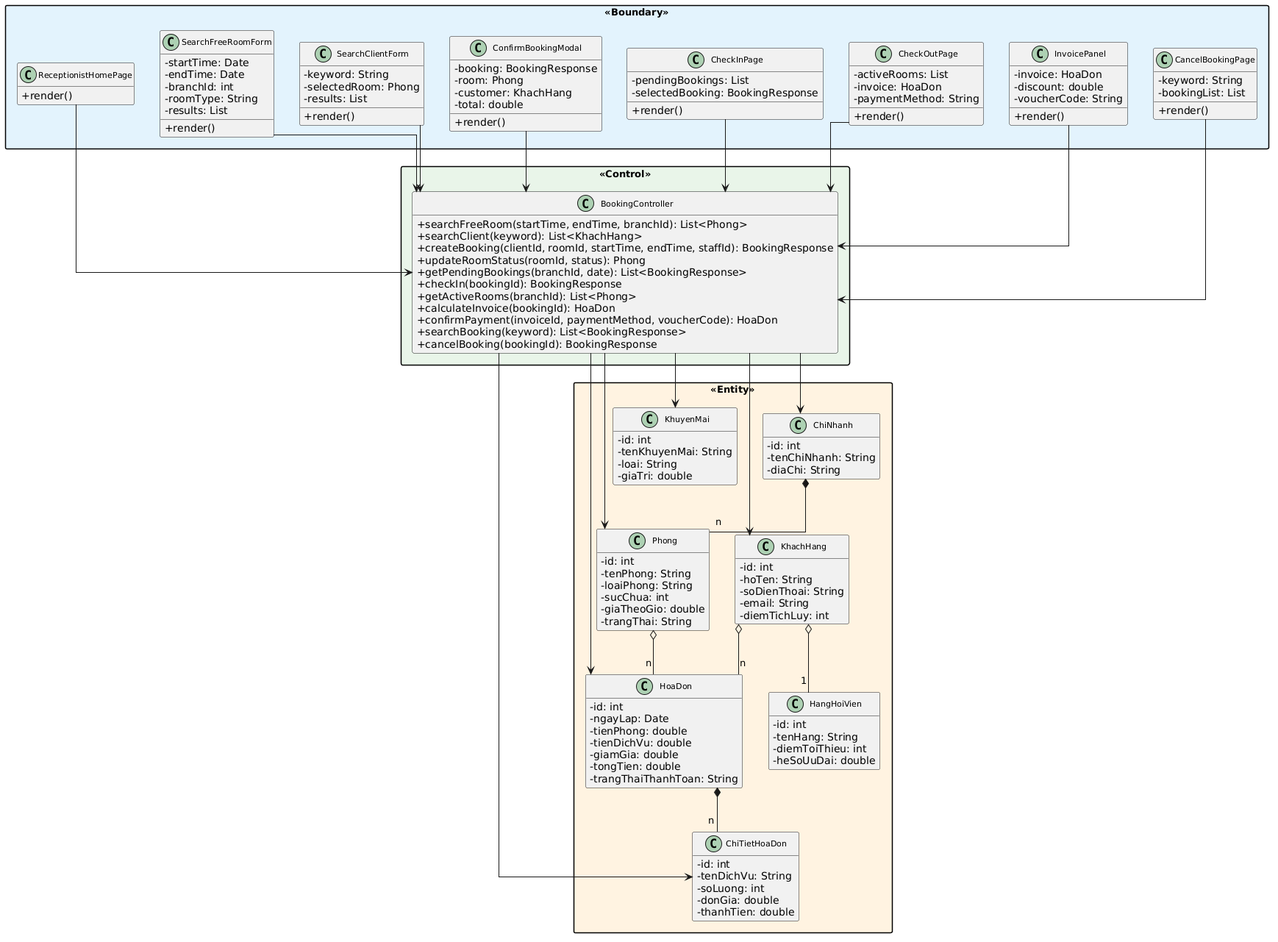
Above: output/diagrams/booking_mvc_class.png in thanhtrnnn/cnpm (PlantUML), before the change. Source of this version:
```plantuml
@startuml
skinparam linetype ortho
skinparam packageStyle rectangle
skinparam classAttributeIconSize 0
skinparam classFontSize 11
skinparam packageFontSize 13
hide empty members

package "<<Boundary>>" #E3F2FD {
  class ReceptionistHomePage {
    +render()
  }
  class SearchFreeRoomForm {
    -startTime: Date
    -endTime: Date
    -branchId: int
    -roomType: String
    -results: List
    +render()
  }
  class SearchClientForm {
    -keyword: String
    -selectedRoom: Phong
    -results: List
    +render()
  }
  class ConfirmBookingModal {
    -booking: BookingResponse
    -room: Phong
    -customer: KhachHang
    -total: double
    +render()
  }
  class CheckInPage {
    -pendingBookings: List
    -selectedBooking: BookingResponse
    +render()
  }
  class CheckOutPage {
    -activeRooms: List
    -invoice: HoaDon
    -paymentMethod: String
    +render()
  }
  class InvoicePanel {
    -invoice: HoaDon
    -discount: double
    -voucherCode: String
    +render()
  }
  class CancelBookingPage {
    -keyword: String
    -bookingList: List
    +render()
  }
}

package "<<Control>>" #E8F5E9 {
  class BookingController {
    +searchFreeRoom(startTime, endTime, branchId): List<Phong>
    +searchClient(keyword): List<KhachHang>
    +createBooking(clientId, roomId, startTime, endTime, staffId): BookingResponse
    +updateRoomStatus(roomId, status): Phong
    +getPendingBookings(branchId, date): List<BookingResponse>
    +checkIn(bookingId): BookingResponse
    +getActiveRooms(branchId): List<Phong>
    +calculateInvoice(bookingId): HoaDon
    +confirmPayment(invoiceId, paymentMethod, voucherCode): HoaDon
    +searchBooking(keyword): List<BookingResponse>
    +cancelBooking(bookingId): BookingResponse
  }
}

package "<<Entity>>" #FFF3E0 {
  class Phong {
    -id: int
    -tenPhong: String
    -loaiPhong: String
    -sucChua: int
    -giaTheoGio: double
    -trangThai: String
  }
  class KhachHang {
    -id: int
    -hoTen: String
    -soDienThoai: String
    -email: String
    -diemTichLuy: int
  }
  class HoaDon {
    -id: int
    -ngayLap: Date
    -tienPhong: double
    -tienDichVu: double
    -giamGia: double
    -tongTien: double
    -trangThaiThanhToan: String
  }
  class ChiTietHoaDon {
    -id: int
    -tenDichVu: String
    -soLuong: int
    -donGia: double
    -thanhTien: double
  }
  class KhuyenMai {
    -id: int
    -tenKhuyenMai: String
    -loai: String
    -giaTri: double
  }
  class ChiNhanh {
    -id: int
    -tenChiNhanh: String
    -diaChi: String
  }
  class HangHoiVien {
    -id: int
    -tenHang: String
    -diemToiThieu: int
    -heSoUuDai: double
  }
}

ReceptionistHomePage --> BookingController
SearchFreeRoomForm --> BookingController
SearchClientForm --> BookingController
ConfirmBookingModal --> BookingController
CheckInPage --> BookingController
CheckOutPage --> BookingController
InvoicePanel --> BookingController
CancelBookingPage --> BookingController

BookingController --> Phong
BookingController --> KhachHang
BookingController --> HoaDon
BookingController --> ChiTietHoaDon
BookingController --> KhuyenMai
BookingController --> ChiNhanh

ChiNhanh *-- "n" Phong
KhachHang o-- "1" HangHoiVien
HoaDon *-- "n" ChiTietHoaDon
KhachHang o-- "n" HoaDon
Phong o-- "n" HoaDon
@enduml
```
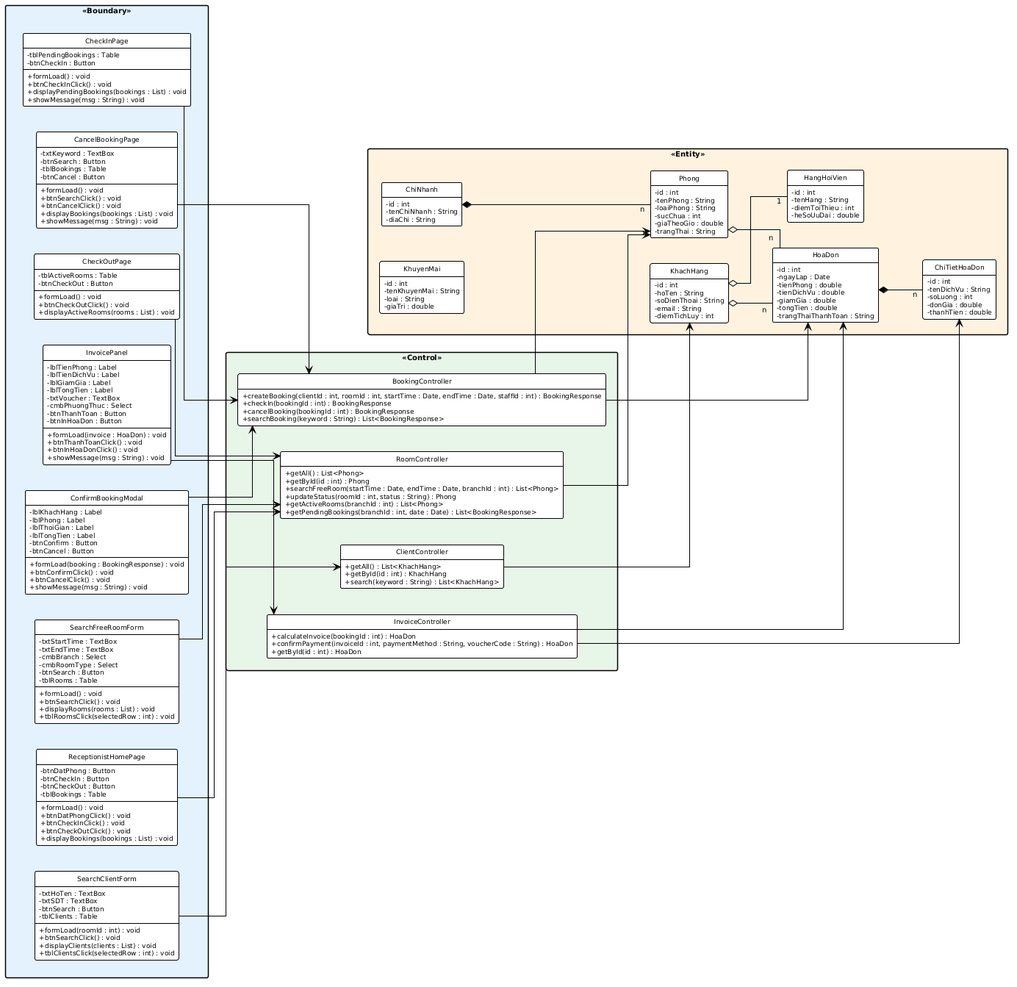
After the change.

The edit, as a diff of the source:
```diff
@@ -1,142 +1,217 @@
 @startuml
+left to right direction
 skinparam linetype ortho
+skinparam defaultFontName "Arial"
+skinparam defaultFontSize 10
+skinparam shadowing false
+skinparam arrowColor #000000
+skinparam lineColor #000000
+hide circle
+
+skinparam class {
+  BackgroundColor #FFFFFF
+  BorderColor #000000
+  FontColor #000000
+  FontSize 11
+  AttributeFontSize 9
+  AttributeIconSize 0
+  BorderThickness 1
+}
+
+skinparam package {
+  BackgroundColor #FFFFFF
+  BorderColor #000000
+}
+
 skinparam packageStyle rectangle
-skinparam classAttributeIconSize 0
-skinparam classFontSize 11
-skinparam packageFontSize 13
+skinparam packageMaxWidth 800
 hide empty members
 
 package "<<Boundary>>" #E3F2FD {
-  class ReceptionistHomePage {
-    +render()
+  together {
+    class ReceptionistHomePage {
+      -btnDatPhong : Button
+      -btnCheckIn : Button
+      -btnCheckOut : Button
+      -tblBookings : Table
+      +formLoad() : void
+      +btnDatPhongClick() : void
+      +btnCheckInClick() : void
+      +btnCheckOutClick() : void
+      +displayBookings(bookings : List) : void
+    }
+    class SearchFreeRoomForm {
+      -txtStartTime : TextBox
+      -txtEndTime : TextBox
+      -cmbBranch : Select
+      -cmbRoomType : Select
+      -btnSearch : Button
+      -tblRooms : Table
+      +formLoad() : void
+      +btnSearchClick() : void
+      +displayRooms(rooms : List) : void
+      +tblRoomsClick(selectedRow : int) : void
+    }
+    class SearchClientForm {
+      -txtHoTen : TextBox
+      -txtSDT : TextBox
+      -btnSearch : Button
+      -tblClients : Table
+      +formLoad(roomId : int) : void
+      +btnSearchClick() : void
+      +displayClients(clients : List) : void
+      +tblClientsClick(selectedRow : int) : void
+    }
+    class ConfirmBookingModal {
+      -lblKhachHang : Label
+      -lblPhong : Label
+      -lblThoiGian : Label
+      -lblTongTien : Label
+      -btnConfirm : Button
+      -btnCancel : Button
+      +formLoad(booking : BookingResponse) : void
+      +btnConfirmClick() : void
+      +btnCancelClick() : void
+      +showMessage(msg : String) : void
+    }
   }
-  class SearchFreeRoomForm {
-    -startTime: Date
-    -endTime: Date
-    -branchId: int
-    -roomType: String
-    -results: List
-    +render()
-  }
-  class SearchClientForm {
-    -keyword: String
-    -selectedRoom: Phong
-    -results: List
-    +render()
-  }
-  class ConfirmBookingModal {
-    -booking: BookingResponse
-    -room: Phong
-    -customer: KhachHang
-    -total: double
-    +render()
-  }
-  class CheckInPage {
-    -pendingBookings: List
-    -selectedBooking: BookingResponse
-    +render()
-  }
-  class CheckOutPage {
-    -activeRooms: List
-    -invoice: HoaDon
-    -paymentMethod: String
-    +render()
-  }
-  class InvoicePanel {
-    -invoice: HoaDon
-    -discount: double
-    -voucherCode: String
-    +render()
-  }
-  class CancelBookingPage {
-    -keyword: String
-    -bookingList: List
-    +render()
+  together {
+    class CheckInPage {
+      -tblPendingBookings : Table
+      -btnCheckIn : Button
+      +formLoad() : void
+      +btnCheckInClick() : void
+      +displayPendingBookings(bookings : List) : void
+      +showMessage(msg : String) : void
+    }
+    class CheckOutPage {
+      -tblActiveRooms : Table
+      -btnCheckOut : Button
+      +formLoad() : void
+      +btnCheckOutClick() : void
+      +displayActiveRooms(rooms : List) : void
+    }
+    class InvoicePanel {
+      -lblTienPhong : Label
+      -lblTienDichVu : Label
+      -lblGiamGia : Label
+      -lblTongTien : Label
+      -txtVoucher : TextBox
+      -cmbPhuongThuc : Select
+      -btnThanhToan : Button
+      -btnInHoaDon : Button
+      +formLoad(invoice : HoaDon) : void
+      +btnThanhToanClick() : void
+      +btnInHoaDonClick() : void
+      +showMessage(msg : String) : void
+    }
+    class CancelBookingPage {
+      -txtKeyword : TextBox
+      -btnSearch : Button
+      -tblBookings : Table
+      -btnCancel : Button
+      +formLoad() : void
+      +btnSearchClick() : void
+      +btnCancelClick() : void
+      +displayBookings(bookings : List) : void
+      +showMessage(msg : String) : void
+    }
   }
 }
 
 package "<<Control>>" #E8F5E9 {
+  class RoomController {
+    +getAll() : List<Phong>
+    +getById(id : int) : Phong
+    +searchFreeRoom(startTime : Date, endTime : Date, branchId : int) : List<Phong>
+    +updateStatus(roomId : int, status : String) : Phong
+    +getActiveRooms(branchId : int) : List<Phong>
+    +getPendingBookings(branchId : int, date : Date) : List<BookingResponse>
+  }
+  class ClientController {
+    +getAll() : List<KhachHang>
+    +getById(id : int) : KhachHang
+    +search(keyword : String) : List<KhachHang>
+  }
   class BookingController {
-    +searchFreeRoom(startTime, endTime, branchId): List<Phong>
-    +searchClient(keyword): List<KhachHang>
-    +createBooking(clientId, roomId, startTime, endTime, staffId): BookingResponse
-    +updateRoomStatus(roomId, status): Phong
-    +getPendingBookings(branchId, date): List<BookingResponse>
-    +checkIn(bookingId): BookingResponse
-    +getActiveRooms(branchId): List<Phong>
-    +calculateInvoice(bookingId): HoaDon
-    +confirmPayment(invoiceId, paymentMethod, voucherCode): HoaDon
-    +searchBooking(keyword): List<BookingResponse>
-    +cancelBooking(bookingId): BookingResponse
+    +createBooking(clientId : int, roomId : int, startTime : Date, endTime : Date, staffId : int) : BookingResponse
+    +checkIn(bookingId : int) : BookingResponse
+    +cancelBooking(bookingId : int) : BookingResponse
+    +searchBooking(keyword : String) : List<BookingResponse>
+  }
+  class InvoiceController {
+    +calculateInvoice(bookingId : int) : HoaDon
+    +confirmPayment(invoiceId : int, paymentMethod : String, voucherCode : String) : HoaDon
+    +getById(id : int) : HoaDon
   }
 }
 
 package "<<Entity>>" #FFF3E0 {
   class Phong {
-    -id: int
-    -tenPhong: String
-    -loaiPhong: String
-    -sucChua: int
-    -giaTheoGio: double
-    -trangThai: String
+    -id : int
+    -tenPhong : String
+    -loaiPhong : String
+    -sucChua : int
+    -giaTheoGio : double
+    -trangThai : String
   }
   class KhachHang {
-    -id: int
-    -hoTen: String
-    -soDienThoai: String
-    -email: String
-    -diemTichLuy: int
+    -id : int
+    -hoTen : String
+    -soDienThoai : String
+    -email : String
+    -diemTichLuy : int
   }
   class HoaDon {
-    -id: int
-    -ngayLap: Date
-    -tienPhong: double
-    -tienDichVu: double
-    -giamGia: double
-    -tongTien: double
-    -trangThaiThanhToan: String
+    -id : int
+    -ngayLap : Date
+    -tienPhong : double
+    -tienDichVu : double
+    -giamGia : double
+    -tongTien : double
+    -trangThaiThanhToan : String
   }
   class ChiTietHoaDon {
-    -id: int
-    -tenDichVu: String
-    -soLuong: int
-    -donGia: double
-    -thanhTien: double
+    -id : int
+    -tenDichVu : String
+    -soLuong : int
+    -donGia : double
+    -thanhTien : double
   }
   class KhuyenMai {
-    -id: int
-    -tenKhuyenMai: String
-    -loai: String
-    -giaTri: double
+    -id : int
+    -tenKhuyenMai : String
+    -loai : String
+    -giaTri : double
   }
   class ChiNhanh {
-    -id: int
-    -tenChiNhanh: String
-    -diaChi: String
+    -id : int
+    -tenChiNhanh : String
+    -diaChi : String
   }
   class HangHoiVien {
-    -id: int
-    -tenHang: String
-    -diemToiThieu: int
-    -heSoUuDai: double
+    -id : int
+    -tenHang : String
+    -diemToiThieu : int
+    -heSoUuDai : double
   }
 }
 
-ReceptionistHomePage --> BookingController
-SearchFreeRoomForm --> BookingController
-SearchClientForm --> BookingController
+ReceptionistHomePage --> RoomController
+SearchFreeRoomForm --> RoomController
+SearchClientForm --> ClientController
 ConfirmBookingModal --> BookingController
 CheckInPage --> BookingController
-CheckOutPage --> BookingController
-InvoicePanel --> BookingController
+CheckOutPage --> RoomController
+InvoicePanel --> InvoiceController
 CancelBookingPage --> BookingController
 
+RoomController --> Phong
+ClientController --> KhachHang
+BookingController --> HoaDon
 BookingController --> Phong
-BookingController --> KhachHang
-BookingController --> HoaDon
-BookingController --> ChiTietHoaDon
-BookingController --> KhuyenMai
-BookingController --> ChiNhanh
+InvoiceController --> HoaDon
+InvoiceController --> ChiTietHoaDon
 
 ChiNhanh *-- "n" Phong
 KhachHang o-- "1" HangHoiVien
```
